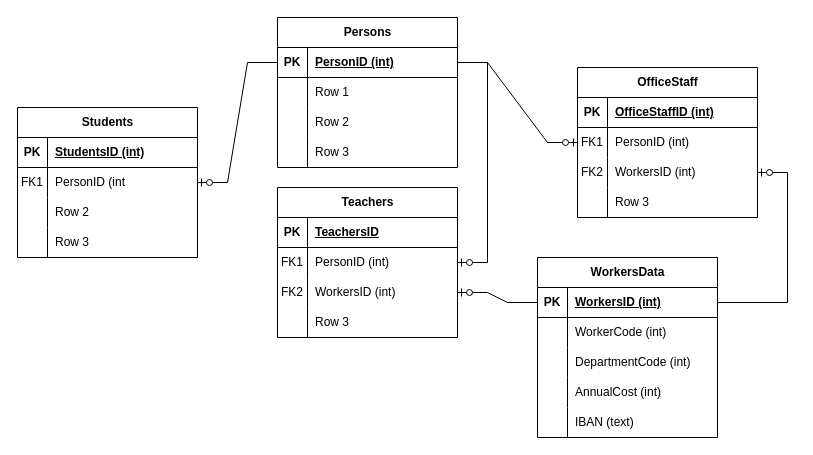
federico-mariconti/SIAM-1838 keeps this draw.io diagram as Diagramma senza titolo.drawio. Above is the earlier version. Source tidied: cells renumbered, new cells numbered last; positions are measured from the earlier drawing's top-left corner, leaving out a move shared by most shapes. Both pictures are drawn from the tidied source at 100%, with x=0, y=0 at pixel (17, 17).
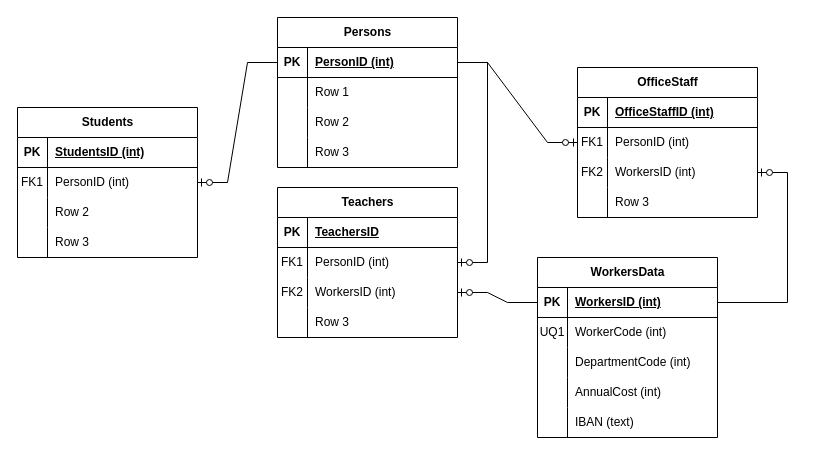
After the change.

Unchanged cells that the change refers to:
```xml
<mxCell id="19" style="shape=tableRow;horizontal=0;startSize=0;swimlaneHead=0;swimlaneBody=0;fillColor=none;points=[[0,0.5],[1,0.5]];portConstraint=eastwest;top=0;left=0;right=0;bottom=0;" parent="15" vertex="1">
  <mxGeometry y="60" width="180" height="30" as="geometry" />
</mxCell>
<mxCell id="61" style="shape=tableRow;horizontal=0;startSize=0;swimlaneHead=0;swimlaneBody=0;fillColor=none;top=0;left=0;right=0;bottom=0;" parent="57" vertex="1">
  <mxGeometry y="60" width="180" height="30" as="geometry" />
</mxCell>
```

Diff of the diagram source:
```diff
@@
-    <mxCell id="21" value="PersonID (int" style="shape=partialRectangle;fillColor=none;top=0;left=0;bottom=0;right=0;align=left;spacingLeft=6;overflow=hidden;whiteSpace=wrap;html=1;" parent="19" vertex="1">
+    <mxCell id="21" value="PersonID (int)" style="shape=partialRectangle;fillColor=none;top=0;left=0;bottom=0;right=0;align=left;spacingLeft=6;overflow=hidden;whiteSpace=wrap;html=1;" parent="19" vertex="1">
       <mxGeometry x="30" width="150" height="30" as="geometry" />
     </mxCell>
@@
-    <mxCell id="62" style="shape=partialRectangle;fillColor=none;top=0;left=0;bottom=0;right=0;overflow=hidden;whiteSpace=wrap;html=1;" parent="61" vertex="1">
+    <mxCell id="62" value="UQ1" style="shape=partialRectangle;fillColor=none;top=0;left=0;bottom=0;right=0;overflow=hidden;whiteSpace=wrap;html=1;" parent="61" vertex="1">
       <mxGeometry width="30" height="30" as="geometry" />
     </mxCell>
```
